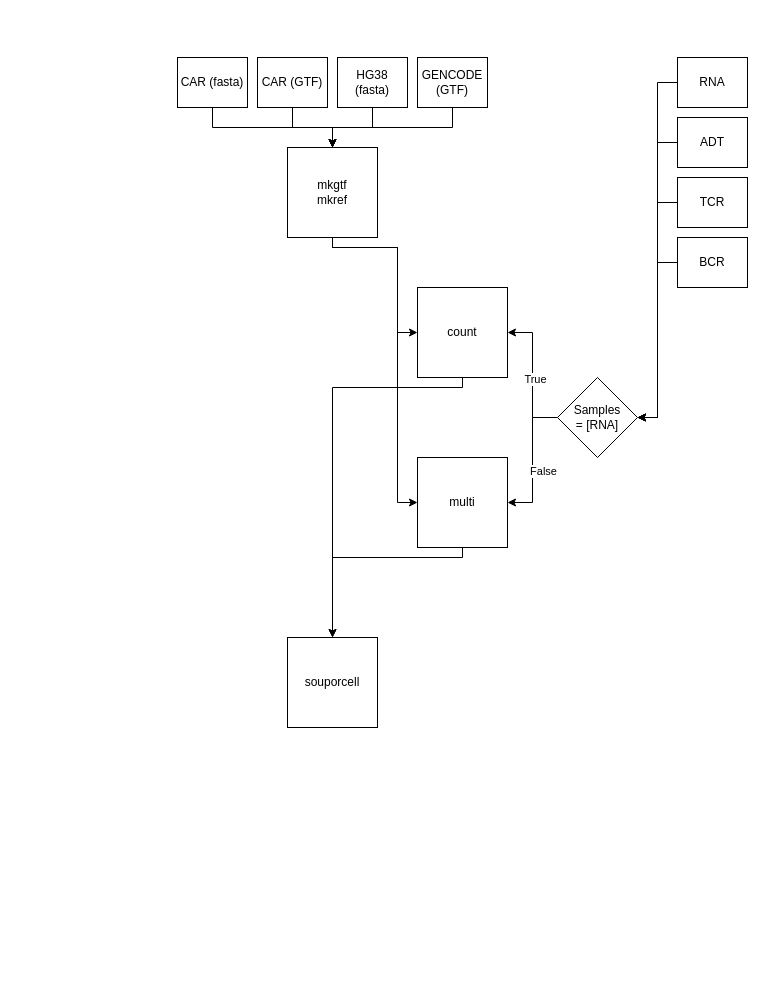
Sxmple-DavidSchmidt/ablage keeps this draw.io diagram as Unbenanntes Diagramm.drawio. Above is the earlier version. Source tidied: cells renumbered, new cells numbered last; positions are measured from the earlier drawing's top-left corner, leaving out a move shared by most shapes. Both pictures are drawn from the tidied source at 100%, with x=0, y=0 at pixel (177, 57).
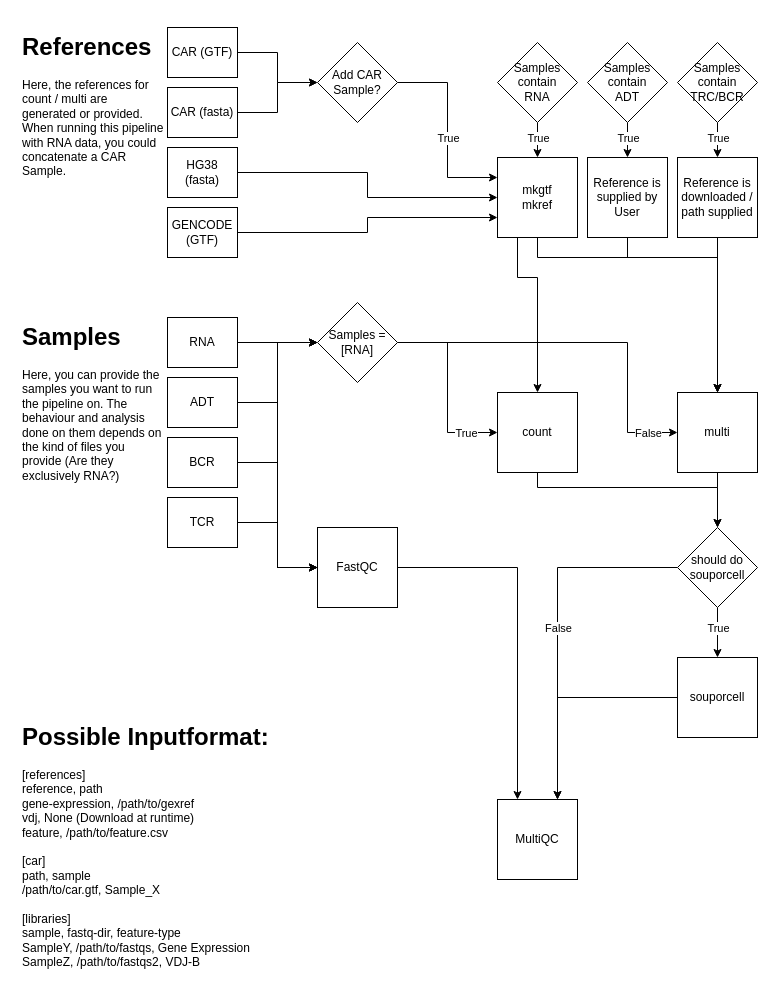
The same page after the edit.

What changed in the source:
```diff
@@
-    <mxCell id="2" style="edgeStyle=orthogonalEdgeStyle;rounded=0;jettySize=auto;html=1;entryX=1;entryY=0.5;entryDx=0;entryDy=0;" parent="1" edge="1" source="3" target="30">
+    <mxCell id="2" style="edgeStyle=orthogonalEdgeStyle;rounded=0;jettySize=auto;html=1;entryX=0;entryY=0.5;entryDx=0;entryDy=0;" parent="1" edge="1" source="3" target="30">
       <mxGeometry relative="1" as="geometry" />
     </mxCell>
+    <mxCell id="31" style="edgeStyle=orthogonalEdgeStyle;rounded=0;jettySize=auto;html=1;entryX=0;entryY=0.5;entryDx=0;entryDy=0;" parent="1" edge="1" source="3" target="68">
+      <mxGeometry relative="1" as="geometry" />
+    </mxCell>
     <mxCell id="3" value="RNA&lt;br&gt;" style="rounded=0;whiteSpace=wrap;html=1;" parent="1" vertex="1">
-      <mxGeometry x="500" width="70" height="50" as="geometry" />
+      <mxGeometry x="-10" y="260" width="70" height="50" as="geometry" />
     </mxCell>
-    <mxCell id="4" style="edgeStyle=orthogonalEdgeStyle;rounded=0;jettySize=auto;html=1;entryX=1;entryY=0.5;entryDx=0;entryDy=0;" parent="1" edge="1" source="5" target="30">
+    <mxCell id="4" style="edgeStyle=orthogonalEdgeStyle;rounded=0;jettySize=auto;html=1;entryX=0;entryY=0.5;entryDx=0;entryDy=0;" parent="1" edge="1" source="5" target="30">
       <mxGeometry relative="1" as="geometry" />
     </mxCell>
+    <mxCell id="32" style="edgeStyle=orthogonalEdgeStyle;rounded=0;jettySize=auto;html=1;entryX=0;entryY=0.5;entryDx=0;entryDy=0;" parent="1" edge="1" source="5" target="68">
+      <mxGeometry relative="1" as="geometry" />
+    </mxCell>
     <mxCell id="5" value="ADT" style="rounded=0;whiteSpace=wrap;html=1;" parent="1" vertex="1">
-      <mxGeometry x="500" y="60" width="70" height="50" as="geometry" />
+      <mxGeometry x="-10" y="320" width="70" height="50" as="geometry" />
     </mxCell>
-    <mxCell id="6" style="edgeStyle=orthogonalEdgeStyle;rounded=0;jettySize=auto;html=1;entryX=1;entryY=0.5;entryDx=0;entryDy=0;" parent="1" edge="1" source="7" target="30">
+    <mxCell id="6" style="edgeStyle=orthogonalEdgeStyle;rounded=0;jettySize=auto;html=1;entryX=0;entryY=0.5;entryDx=0;entryDy=0;" parent="1" edge="1" source="7" target="30">
       <mxGeometry relative="1" as="geometry" />
     </mxCell>
+    <mxCell id="33" style="edgeStyle=orthogonalEdgeStyle;rounded=0;jettySize=auto;html=1;entryX=0;entryY=0.5;entryDx=0;entryDy=0;" parent="1" edge="1" source="7" target="68">
+      <mxGeometry relative="1" as="geometry" />
+    </mxCell>
     <mxCell id="7" value="TCR" style="rounded=0;whiteSpace=wrap;html=1;" parent="1" vertex="1">
-      <mxGeometry x="500" y="120" width="70" height="50" as="geometry" />
+      <mxGeometry x="-10" y="440" width="70" height="50" as="geometry" />
     </mxCell>
-    <mxCell id="8" style="edgeStyle=orthogonalEdgeStyle;rounded=0;jettySize=auto;html=1;entryX=1;entryY=0.5;entryDx=0;entryDy=0;" parent="1" edge="1" source="9" target="30">
+    <mxCell id="8" style="edgeStyle=orthogonalEdgeStyle;rounded=0;jettySize=auto;html=1;entryX=0;entryY=0.5;entryDx=0;entryDy=0;" parent="1" edge="1" source="9" target="30">
       <mxGeometry relative="1" as="geometry" />
     </mxCell>
+    <mxCell id="34" style="edgeStyle=orthogonalEdgeStyle;rounded=0;jettySize=auto;html=1;entryX=0;entryY=0.5;entryDx=0;entryDy=0;" parent="1" edge="1" source="9" target="68">
+      <mxGeometry relative="1" as="geometry" />
+    </mxCell>
     <mxCell id="9" value="BCR" style="rounded=0;whiteSpace=wrap;html=1;" parent="1" vertex="1">
-      <mxGeometry x="500" y="180" width="70" height="50" as="geometry" />
+      <mxGeometry x="-10" y="380" width="70" height="50" as="geometry" />
     </mxCell>
-    <mxCell id="10" style="edgeStyle=orthogonalEdgeStyle;rounded=0;jettySize=auto;html=1;exitX=0.5;exitY=1;exitDx=0;exitDy=0;entryX=0.5;entryY=0;entryDx=0;entryDy=0;" parent="1" edge="1" source="11" target="20">
-      <mxGeometry relative="1" as="geometry" />
-    </mxCell>
+    <mxCell id="35" style="edgeStyle=orthogonalEdgeStyle;rounded=0;jettySize=auto;html=1;entryX=0;entryY=0.5;entryDx=0;entryDy=0;" parent="1" edge="1" source="11" target="55">
+      <mxGeometry relative="1" as="geometry" />
+    </mxCell>
     <mxCell id="11" value="CAR (fasta)" style="rounded=0;whiteSpace=wrap;html=1;" parent="1" vertex="1">
-      <mxGeometry width="70" height="50" as="geometry" />
+      <mxGeometry x="-10" y="30" width="70" height="50" as="geometry" />
     </mxCell>
-    <mxCell id="12" style="edgeStyle=orthogonalEdgeStyle;rounded=0;jettySize=auto;html=1;" parent="1" edge="1" source="13" target="20">
-      <mxGeometry relative="1" as="geometry" />
-    </mxCell>
+    <mxCell id="36" style="edgeStyle=orthogonalEdgeStyle;rounded=0;jettySize=auto;html=1;entryX=0;entryY=0.5;entryDx=0;entryDy=0;" parent="1" edge="1" source="13" target="55">
+      <mxGeometry relative="1" as="geometry" />
+    </mxCell>
     <mxCell id="13" value="CAR (GTF)" style="rounded=0;whiteSpace=wrap;html=1;" parent="1" vertex="1">
-      <mxGeometry x="80" width="70" height="50" as="geometry" />
+      <mxGeometry x="-10" y="-30" width="70" height="50" as="geometry" />
     </mxCell>
-    <mxCell id="14" style="edgeStyle=orthogonalEdgeStyle;rounded=0;jettySize=auto;html=1;" parent="1" edge="1" source="15" target="20">
+    <mxCell id="14" style="edgeStyle=orthogonalEdgeStyle;rounded=0;jettySize=auto;html=1;entryX=0;entryY=0.5;entryDx=0;entryDy=0;" parent="1" edge="1" source="15" target="20">
       <mxGeometry relative="1" as="geometry" />
     </mxCell>
     <mxCell id="15" value="HG38 (fasta)" style="rounded=0;whiteSpace=wrap;html=1;" parent="1" vertex="1">
-      <mxGeometry x="160" width="70" height="50" as="geometry" />
+      <mxGeometry x="-10" y="90" width="70" height="50" as="geometry" />
     </mxCell>
-    <mxCell id="16" style="edgeStyle=orthogonalEdgeStyle;rounded=0;jettySize=auto;html=1;exitX=0.5;exitY=1;exitDx=0;exitDy=0;entryX=0.5;entryY=0;entryDx=0;entryDy=0;" parent="1" edge="1" source="17" target="20">
-      <mxGeometry relative="1" as="geometry" />
-    </mxCell>
-    <mxCell id="17" value="GENCODE (GTF)" style="rounded=0;whiteSpace=wrap;html=1;" parent="1" vertex="1">
-      <mxGeometry x="240" width="70" height="50" as="geometry" />
-    </mxCell>
+    <mxCell id="37" style="edgeStyle=orthogonalEdgeStyle;rounded=0;jettySize=auto;html=1;entryX=0.5;entryY=0;entryDx=0;entryDy=0;" parent="1" edge="1" source="22" target="66">
+      <mxGeometry relative="1" as="geometry">
+        <Array as="points">
+          <mxPoint x="360" y="430" />
+        </Array>
+      </mxGeometry>
+    </mxCell>
+    <mxCell id="22" value="count" style="rounded=0;whiteSpace=wrap;html=1;" parent="1" vertex="1">
+      <mxGeometry x="320" y="335" width="80" height="80" as="geometry" />
+    </mxCell>
+    <mxCell id="38" style="edgeStyle=orthogonalEdgeStyle;rounded=0;jettySize=auto;html=1;entryX=0.5;entryY=0;entryDx=0;entryDy=0;" parent="1" edge="1" source="24" target="66">
+      <mxGeometry relative="1" as="geometry">
+        <Array as="points">
+          <mxPoint x="540" y="430" />
+        </Array>
+      </mxGeometry>
+    </mxCell>
+    <mxCell id="24" value="multi" style="rounded=0;whiteSpace=wrap;html=1;" parent="1" vertex="1">
+      <mxGeometry x="500" y="335" width="80" height="80" as="geometry" />
+    </mxCell>
+    <mxCell id="39" style="edgeStyle=orthogonalEdgeStyle;rounded=0;jettySize=auto;html=1;entryX=0.75;entryY=0;entryDx=0;entryDy=0;" parent="1" edge="1" source="25" target="56">
+      <mxGeometry relative="1" as="geometry" />
+    </mxCell>
+    <mxCell id="25" value="souporcell" style="rounded=0;whiteSpace=wrap;html=1;" parent="1" vertex="1">
+      <mxGeometry x="500" y="600" width="80" height="80" as="geometry" />
+    </mxCell>
+    <mxCell id="40" style="edgeStyle=orthogonalEdgeStyle;rounded=0;jettySize=auto;html=1;entryX=0.5;entryY=0;entryDx=0;entryDy=0;" parent="1" edge="1" source="42" target="20">
+      <mxGeometry relative="1" as="geometry" />
+    </mxCell>
+    <mxCell id="41" value="True" style="edgeLabel;html=1;align=center;verticalAlign=middle;" parent="40" vertex="1">
+      <mxGeometry x="-0.5" relative="1" as="geometry">
+        <mxPoint y="4" as="offset" />
+      </mxGeometry>
+    </mxCell>
+    <mxCell id="42" value="Samples contain&lt;br&gt;RNA" style="rhombus;whiteSpace=wrap;html=1;" parent="1" vertex="1">
+      <mxGeometry x="320" y="-15" width="80" height="80" as="geometry" />
+    </mxCell>
+    <mxCell id="43" style="edgeStyle=orthogonalEdgeStyle;rounded=0;jettySize=auto;html=1;entryX=0.5;entryY=0;entryDx=0;entryDy=0;" parent="1" edge="1" source="45" target="50">
+      <mxGeometry relative="1" as="geometry" />
+    </mxCell>
+    <mxCell id="44" value="True" style="edgeLabel;html=1;align=center;verticalAlign=middle;" parent="43" vertex="1">
+      <mxGeometry x="-0.41" relative="1" as="geometry">
+        <mxPoint y="2" as="offset" />
+      </mxGeometry>
+    </mxCell>
+    <mxCell id="45" value="Samples contain&lt;br&gt;ADT" style="rhombus;whiteSpace=wrap;html=1;" parent="1" vertex="1">
+      <mxGeometry x="410" y="-15" width="80" height="80" as="geometry" />
+    </mxCell>
+    <mxCell id="46" style="edgeStyle=orthogonalEdgeStyle;rounded=0;jettySize=auto;html=1;entryX=0.5;entryY=0;entryDx=0;entryDy=0;" parent="1" edge="1" source="48" target="52">
+      <mxGeometry relative="1" as="geometry" />
+    </mxCell>
+    <mxCell id="47" value="True" style="edgeLabel;html=1;align=center;verticalAlign=middle;" parent="46" vertex="1">
+      <mxGeometry x="-0.5" relative="1" as="geometry">
+        <mxPoint y="4" as="offset" />
+      </mxGeometry>
+    </mxCell>
+    <mxCell id="48" value="Samples contain&lt;br&gt;TRC/BCR" style="rhombus;whiteSpace=wrap;html=1;" parent="1" vertex="1">
+      <mxGeometry x="500" y="-15" width="80" height="80" as="geometry" />
+    </mxCell>
+    <mxCell id="49" style="edgeStyle=orthogonalEdgeStyle;rounded=0;jettySize=auto;html=1;" parent="1" edge="1" source="50" target="24">
+      <mxGeometry relative="1" as="geometry">
+        <Array as="points">
+          <mxPoint x="450" y="200" />
+          <mxPoint x="540" y="200" />
+        </Array>
+      </mxGeometry>
+    </mxCell>
+    <mxCell id="50" value="Reference is supplied by User" style="rounded=0;whiteSpace=wrap;html=1;" parent="1" vertex="1">
+      <mxGeometry x="410" y="100" width="80" height="80" as="geometry" />
+    </mxCell>
+    <mxCell id="51" style="edgeStyle=orthogonalEdgeStyle;rounded=0;jettySize=auto;html=1;entryX=0.5;entryY=0;entryDx=0;entryDy=0;" parent="1" edge="1" source="52" target="24">
+      <mxGeometry relative="1" as="geometry" />
+    </mxCell>
+    <mxCell id="52" value="Reference is downloaded /&lt;br&gt;path supplied" style="rounded=0;whiteSpace=wrap;html=1;" parent="1" vertex="1">
+      <mxGeometry x="500" y="100" width="80" height="80" as="geometry" />
+    </mxCell>
+    <mxCell id="53" style="edgeStyle=orthogonalEdgeStyle;rounded=0;jettySize=auto;html=1;entryX=0;entryY=0.25;entryDx=0;entryDy=0;" parent="1" edge="1" source="55" target="20">
+      <mxGeometry relative="1" as="geometry" />
+    </mxCell>
+    <mxCell id="54" value="True" style="edgeLabel;html=1;align=center;verticalAlign=middle;" parent="53" vertex="1">
+      <mxGeometry relative="1" as="geometry">
+        <mxPoint y="7" as="offset" />
+      </mxGeometry>
+    </mxCell>
+    <mxCell id="55" value="Add CAR Sample?" style="rhombus;whiteSpace=wrap;html=1;" parent="1" vertex="1">
+      <mxGeometry x="140" y="-15" width="80" height="80" as="geometry" />
+    </mxCell>
-    <mxCell id="18" style="edgeStyle=orthogonalEdgeStyle;rounded=0;jettySize=auto;html=1;entryX=0;entryY=0.5;entryDx=0;entryDy=0;" parent="1" edge="1" source="20" target="22">
+    <mxCell id="18" style="edgeStyle=orthogonalEdgeStyle;rounded=0;jettySize=auto;html=1;exitX=0.25;exitY=1;exitDx=0;exitDy=0;entryX=0.5;entryY=0;entryDx=0;entryDy=0;" parent="1" edge="1" source="20" target="22">
       <mxGeometry relative="1" as="geometry">
         <Array as="points">
-          <mxPoint x="155" y="190" />
-          <mxPoint x="220" y="190" />
-          <mxPoint x="220" y="275" />
+          <mxPoint x="340" y="220" />
+          <mxPoint x="360" y="220" />
         </Array>
       </mxGeometry>
     </mxCell>
-    <mxCell id="19" style="edgeStyle=orthogonalEdgeStyle;rounded=0;jettySize=auto;html=1;entryX=0;entryY=0.5;entryDx=0;entryDy=0;" parent="1" edge="1" source="20" target="24">
+    <mxCell id="19" style="edgeStyle=orthogonalEdgeStyle;rounded=0;jettySize=auto;html=1;entryX=0.5;entryY=0;entryDx=0;entryDy=0;" parent="1" edge="1" source="20" target="24">
       <mxGeometry relative="1" as="geometry">
         <Array as="points">
-          <mxPoint x="155" y="190" />
-          <mxPoint x="220" y="190" />
-          <mxPoint x="220" y="445" />
+          <mxPoint x="360" y="200" />
+          <mxPoint x="540" y="200" />
         </Array>
       </mxGeometry>
     </mxCell>
     <mxCell id="20" value="mkgtf&lt;br&gt;mkref" style="rounded=0;whiteSpace=wrap;html=1;" parent="1" vertex="1">
-      <mxGeometry x="110" y="90" width="90" height="90" as="geometry" />
+      <mxGeometry x="320" y="100" width="80" height="80" as="geometry" />
     </mxCell>
-    <mxCell id="21" style="edgeStyle=orthogonalEdgeStyle;rounded=0;jettySize=auto;html=1;entryX=0.5;entryY=0;entryDx=0;entryDy=0;" parent="1" edge="1" source="22" target="25">
-      <mxGeometry relative="1" as="geometry">
-        <Array as="points">
-          <mxPoint x="285" y="330" />
-          <mxPoint x="155" y="330" />
-        </Array>
-      </mxGeometry>
-    </mxCell>
-    <mxCell id="22" value="count" style="rounded=0;whiteSpace=wrap;html=1;" parent="1" vertex="1">
-      <mxGeometry x="240" y="230" width="90" height="90" as="geometry" />
-    </mxCell>
-    <mxCell id="23" style="edgeStyle=orthogonalEdgeStyle;rounded=0;jettySize=auto;html=1;entryX=0.5;entryY=0;entryDx=0;entryDy=0;" parent="1" edge="1" source="24" target="25">
-      <mxGeometry relative="1" as="geometry">
-        <Array as="points">
-          <mxPoint x="285" y="500" />
-          <mxPoint x="155" y="500" />
-        </Array>
-      </mxGeometry>
-    </mxCell>
-    <mxCell id="24" value="multi" style="rounded=0;whiteSpace=wrap;html=1;" parent="1" vertex="1">
-      <mxGeometry x="240" y="400" width="90" height="90" as="geometry" />
-    </mxCell>
-    <mxCell id="25" value="souporcell" style="rounded=0;whiteSpace=wrap;html=1;" parent="1" vertex="1">
-      <mxGeometry x="110" y="580" width="90" height="90" as="geometry" />
-    </mxCell>
+    <mxCell id="56" value="MultiQC" style="rounded=0;whiteSpace=wrap;html=1;" parent="1" vertex="1">
+      <mxGeometry x="320" y="742" width="80" height="80" as="geometry" />
+    </mxCell>
-    <mxCell id="26" style="edgeStyle=orthogonalEdgeStyle;rounded=0;jettySize=auto;html=1;entryX=1;entryY=0.5;entryDx=0;entryDy=0;" parent="1" edge="1" source="30" target="22">
+    <mxCell id="26" style="edgeStyle=orthogonalEdgeStyle;rounded=0;jettySize=auto;html=1;entryX=0;entryY=0.5;entryDx=0;entryDy=0;" parent="1" edge="1" source="30" target="22">
       <mxGeometry relative="1" as="geometry" />
     </mxCell>
-    <mxCell id="27" value="True" style="edgeLabel;html=1;align=center;verticalAlign=middle;" parent="26" vertex="1">
-      <mxGeometry x="-0.05" y="-2" relative="1" as="geometry" />
-    </mxCell>
+    <mxCell id="57" value="True" style="edgeLabel;html=1;align=center;verticalAlign=middle;" parent="26" vertex="1">
+      <mxGeometry x="0.73" relative="1" as="geometry">
+        <mxPoint x="-6" as="offset" />
+      </mxGeometry>
+    </mxCell>
-    <mxCell id="28" style="edgeStyle=orthogonalEdgeStyle;rounded=0;jettySize=auto;html=1;entryX=1;entryY=0.5;entryDx=0;entryDy=0;" parent="1" edge="1" source="30" target="24">
-      <mxGeometry relative="1" as="geometry" />
+    <mxCell id="28" style="edgeStyle=orthogonalEdgeStyle;rounded=0;jettySize=auto;html=1;entryX=0;entryY=0.5;entryDx=0;entryDy=0;" parent="1" edge="1" source="30" target="24">
+      <mxGeometry relative="1" as="geometry">
+        <Array as="points">
+          <mxPoint x="450" y="285" />
+          <mxPoint x="450" y="375" />
+        </Array>
+      </mxGeometry>
     </mxCell>
-    <mxCell id="29" value="False" style="edgeLabel;html=1;align=center;verticalAlign=middle;" parent="28" vertex="1">
-      <mxGeometry x="0.16" y="10" relative="1" as="geometry" />
-    </mxCell>
+    <mxCell id="58" value="False" style="edgeLabel;html=1;align=center;verticalAlign=middle;" parent="28" vertex="1">
+      <mxGeometry x="0.85" relative="1" as="geometry">
+        <mxPoint x="-2" as="offset" />
+      </mxGeometry>
+    </mxCell>
-    <mxCell id="30" value="Samples&lt;br&gt;= [RNA]" style="rhombus;whiteSpace=wrap;html=1;" parent="1" vertex="1">
-      <mxGeometry x="380" y="320" width="80" height="80" as="geometry" />
+    <mxCell id="30" value="Samples =&lt;br&gt;[RNA]" style="rhombus;whiteSpace=wrap;html=1;" parent="1" vertex="1">
+      <mxGeometry x="140" y="245" width="80" height="80" as="geometry" />
     </mxCell>
+    <mxCell id="59" value="&lt;h1&gt;References&lt;/h1&gt;&lt;p&gt;Here, the references for count / multi are generated or provided. When running this pipeline with RNA data, you could concatenate a CAR Sample.&lt;/p&gt;" style="text;html=1;strokeColor=none;fillColor=none;spacing=5;spacingTop=-20;whiteSpace=wrap;overflow=hidden;rounded=0;" parent="1" vertex="1">
+      <mxGeometry x="-160" y="-30" width="150" height="160" as="geometry" />
+    </mxCell>
+    <mxCell id="60" value="&lt;h1&gt;Samples&lt;/h1&gt;&lt;p&gt;Here, you can provide the samples you want to run the pipeline on. The behaviour and analysis done on them depends on the kind of files you provide (Are they exclusively RNA?)&lt;/p&gt;" style="text;html=1;strokeColor=none;fillColor=none;spacing=5;spacingTop=-20;whiteSpace=wrap;overflow=hidden;rounded=0;" parent="1" vertex="1">
+      <mxGeometry x="-160" y="260" width="150" height="180" as="geometry" />
+    </mxCell>
+    <mxCell id="61" value="&lt;h1&gt;Possible Inputformat:&lt;/h1&gt;&lt;div&gt;[references]&lt;/div&gt;&lt;div&gt;reference, path&lt;/div&gt;&lt;div&gt;gene-expression, /path/to/gexref&lt;/div&gt;&lt;div&gt;vdj, None (Download at runtime)&lt;/div&gt;&lt;div&gt;feature, /path/to/feature.csv&lt;/div&gt;&lt;div&gt;&lt;br&gt;&lt;/div&gt;&lt;div&gt;[car]&lt;/div&gt;&lt;div&gt;path, sample&lt;/div&gt;&lt;div&gt;/path/to/car.gtf, Sample_X&lt;/div&gt;&lt;div&gt;&lt;br&gt;&lt;/div&gt;&lt;div&gt;[libraries]&lt;/div&gt;&lt;div&gt;sample, fastq-dir, feature-type&lt;/div&gt;&lt;div&gt;SampleY, /path/to/fastqs, Gene Expression&lt;/div&gt;&lt;div&gt;&lt;div style=&quot;border-color: var(--border-color);&quot;&gt;SampleZ, /path/to/fastqs2, VDJ-B&lt;/div&gt;&lt;div style=&quot;border-color: var(--border-color);&quot;&gt;&lt;br style=&quot;border-color: var(--border-color);&quot;&gt;&lt;/div&gt;&lt;/div&gt;" style="text;html=1;strokeColor=none;fillColor=none;spacing=5;spacingTop=-20;whiteSpace=wrap;overflow=hidden;rounded=0;" parent="1" vertex="1">
+      <mxGeometry x="-160" y="660" width="301" height="252" as="geometry" />
+    </mxCell>
+    <mxCell id="62" style="edgeStyle=orthogonalEdgeStyle;rounded=0;jettySize=auto;html=1;entryX=0.5;entryY=0;entryDx=0;entryDy=0;" parent="1" edge="1" source="66" target="25">
+      <mxGeometry relative="1" as="geometry" />
+    </mxCell>
+    <mxCell id="63" value="True" style="edgeLabel;html=1;align=center;verticalAlign=middle;" parent="62" vertex="1">
+      <mxGeometry relative="1" as="geometry">
+        <mxPoint y="-5" as="offset" />
+      </mxGeometry>
+    </mxCell>
+    <mxCell id="64" style="edgeStyle=orthogonalEdgeStyle;rounded=0;jettySize=auto;html=1;entryX=0.75;entryY=0;entryDx=0;entryDy=0;" parent="1" edge="1" source="66" target="56">
+      <mxGeometry relative="1" as="geometry" />
+    </mxCell>
+    <mxCell id="65" value="False" style="edgeLabel;html=1;align=center;verticalAlign=middle;" parent="64" vertex="1">
+      <mxGeometry x="-0.65" relative="1" as="geometry">
+        <mxPoint x="-58" y="60" as="offset" />
+      </mxGeometry>
+    </mxCell>
+    <mxCell id="66" value="should do souporcell" style="rhombus;whiteSpace=wrap;html=1;" parent="1" vertex="1">
+      <mxGeometry x="500" y="470" width="80" height="80" as="geometry" />
+    </mxCell>
+    <mxCell id="16" style="edgeStyle=orthogonalEdgeStyle;rounded=0;jettySize=auto;html=1;entryX=0;entryY=0.75;entryDx=0;entryDy=0;" parent="1" edge="1" source="17" target="20">
+      <mxGeometry relative="1" as="geometry" />
+    </mxCell>
+    <mxCell id="17" value="GENCODE (GTF)" style="rounded=0;whiteSpace=wrap;html=1;" parent="1" vertex="1">
+      <mxGeometry x="-10" y="150" width="70" height="50" as="geometry" />
+    </mxCell>
+    <mxCell id="67" style="edgeStyle=orthogonalEdgeStyle;rounded=0;jettySize=auto;html=1;entryX=0.25;entryY=0;entryDx=0;entryDy=0;" parent="1" edge="1" source="68" target="56">
+      <mxGeometry relative="1" as="geometry" />
+    </mxCell>
+    <mxCell id="68" value="FastQC" style="rounded=0;whiteSpace=wrap;html=1;" parent="1" vertex="1">
+      <mxGeometry x="140" y="470" width="80" height="80" as="geometry" />
+    </mxCell>
```
